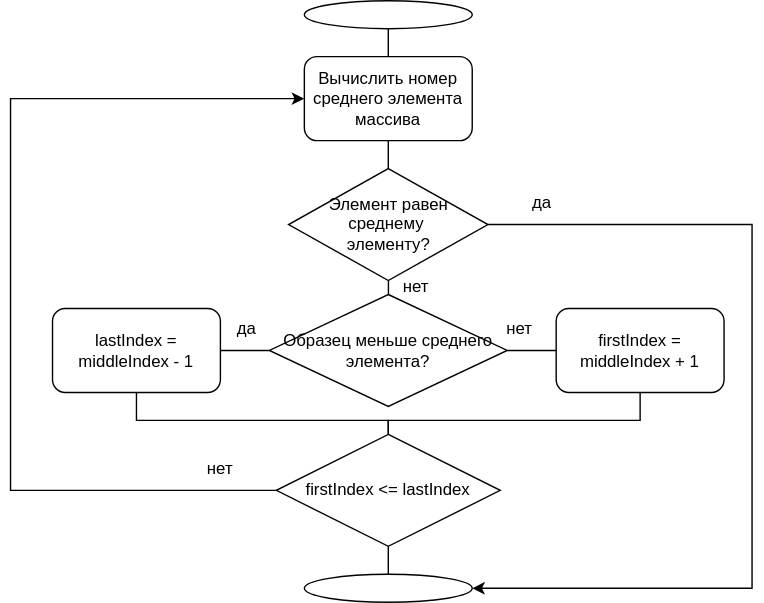
This is src/Diagrams/task1.svg from 044asher/Algorithms, a draw.io export, as it was before one commit. Source tidied: cells renumbered, new cells last; positions are measured from the earlier drawing's top-left corner, leaving out a move shared by most shapes. Its diagram source:
```xml
<mxGraphModel>
  <root>
    <mxCell id="0" />
    <mxCell id="1" parent="0" />
    <mxCell id="2" style="edgeStyle=orthogonalEdgeStyle;rounded=0;jettySize=auto;html=1;endArrow=none;endFill=0;" parent="1" edge="1" source="3" target="7">
      <mxGeometry relative="1" as="geometry">
        <Array as="points">
          <mxPoint x="270" y="30" />
          <mxPoint x="270" y="30" />
        </Array>
      </mxGeometry>
    </mxCell>
    <mxCell id="3" style="ellipse;whiteSpace=wrap;html=1;rounded=1;" parent="1" vertex="1">
      <mxGeometry x="210" width="120" height="20" as="geometry" />
    </mxCell>
    <mxCell id="4" style="edgeStyle=orthogonalEdgeStyle;rounded=0;jettySize=auto;html=1;endArrow=none;endFill=0;" parent="1" edge="1" source="5" target="19">
      <mxGeometry relative="1" as="geometry" />
    </mxCell>
    <mxCell id="5" style="ellipse;whiteSpace=wrap;html=1;rounded=1;" parent="1" vertex="1">
      <mxGeometry x="210" y="410" width="120" height="20" as="geometry" />
    </mxCell>
    <mxCell id="6" style="edgeStyle=orthogonalEdgeStyle;rounded=0;jettySize=auto;html=1;endArrow=none;endFill=0;" parent="1" edge="1" source="7" target="10">
      <mxGeometry relative="1" as="geometry" />
    </mxCell>
    <mxCell id="7" value="Вычислить номер среднего элемента массива" style="rounded=1;whiteSpace=wrap;html=1;" parent="1" vertex="1">
      <mxGeometry x="210" y="40" width="120" height="60" as="geometry" />
    </mxCell>
    <mxCell id="8" style="edgeStyle=orthogonalEdgeStyle;rounded=0;jettySize=auto;html=1;endArrow=none;endFill=0;" parent="1" edge="1" source="10" target="11">
      <mxGeometry relative="1" as="geometry" />
    </mxCell>
    <mxCell id="9" style="edgeStyle=orthogonalEdgeStyle;rounded=0;jettySize=auto;html=1;entryX=1;entryY=0.5;entryDx=0;entryDy=0;startArrow=none;startFill=0;endArrow=classic;endFill=1;" parent="1" edge="1" source="10" target="5">
      <mxGeometry relative="1" as="geometry">
        <Array as="points">
          <mxPoint x="530" y="160" />
          <mxPoint x="530" y="420" />
        </Array>
      </mxGeometry>
    </mxCell>
    <mxCell id="10" value="Элемент равен среднему&amp;nbsp;&lt;br&gt;элементу?" style="rhombus;whiteSpace=wrap;html=1;rounded=0;" parent="1" vertex="1">
      <mxGeometry x="198.8" y="120" width="142.5" height="80" as="geometry" />
    </mxCell>
    <mxCell id="11" value="Образец меньше среднего &lt;br&gt;элемента?" style="rhombus;whiteSpace=wrap;html=1;rounded=0;verticalAlign=middle;" parent="1" vertex="1">
      <mxGeometry x="185" y="210" width="170" height="80" as="geometry" />
    </mxCell>
    <mxCell id="12" style="edgeStyle=orthogonalEdgeStyle;rounded=0;jettySize=auto;html=1;endArrow=none;endFill=0;" parent="1" edge="1" source="14" target="11">
      <mxGeometry relative="1" as="geometry" />
    </mxCell>
    <mxCell id="13" style="edgeStyle=orthogonalEdgeStyle;rounded=0;jettySize=auto;html=1;entryX=0.5;entryY=0;entryDx=0;entryDy=0;startArrow=none;startFill=0;endArrow=none;endFill=0;" parent="1" edge="1" source="14" target="19">
      <mxGeometry relative="1" as="geometry">
        <Array as="points">
          <mxPoint x="450" y="300" />
          <mxPoint x="270" y="300" />
        </Array>
      </mxGeometry>
    </mxCell>
    <mxCell id="14" value="firstIndex = middleIndex + 1" style="rounded=1;whiteSpace=wrap;html=1;" parent="1" vertex="1">
      <mxGeometry x="390" y="220" width="120" height="60" as="geometry" />
    </mxCell>
    <mxCell id="15" style="edgeStyle=orthogonalEdgeStyle;rounded=0;jettySize=auto;html=1;endArrow=none;endFill=0;" parent="1" edge="1" source="17" target="11">
      <mxGeometry relative="1" as="geometry" />
    </mxCell>
    <mxCell id="16" style="edgeStyle=orthogonalEdgeStyle;rounded=0;jettySize=auto;html=1;entryX=0.5;entryY=0;entryDx=0;entryDy=0;startArrow=none;startFill=0;endArrow=none;endFill=0;" parent="1" edge="1" source="17" target="19">
      <mxGeometry relative="1" as="geometry">
        <Array as="points">
          <mxPoint x="90" y="300" />
          <mxPoint x="270" y="300" />
        </Array>
      </mxGeometry>
    </mxCell>
    <mxCell id="17" value="lastIndex = middleIndex - 1" style="rounded=1;whiteSpace=wrap;html=1;" parent="1" vertex="1">
      <mxGeometry x="30" y="220" width="120" height="60" as="geometry" />
    </mxCell>
    <mxCell id="18" style="edgeStyle=orthogonalEdgeStyle;rounded=0;jettySize=auto;html=1;entryX=0;entryY=0.5;entryDx=0;entryDy=0;endArrow=classic;endFill=1;startArrow=none;startFill=0;exitX=0;exitY=0.5;exitDx=0;exitDy=0;" parent="1" edge="1" source="19" target="7">
      <mxGeometry relative="1" as="geometry">
        <Array as="points">
          <mxPoint y="350" />
          <mxPoint y="70" />
        </Array>
      </mxGeometry>
    </mxCell>
    <mxCell id="19" value="firstIndex &amp;lt;= lastIndex" style="rhombus;whiteSpace=wrap;html=1;rounded=0;" parent="1" vertex="1">
      <mxGeometry x="190" y="310" width="160" height="80" as="geometry" />
    </mxCell>
    <mxCell id="20" value="нет" style="text;html=1;strokeColor=none;fillColor=none;align=center;verticalAlign=middle;whiteSpace=wrap;rounded=0;" parent="1" vertex="1">
      <mxGeometry x="120" y="320" width="60" height="30" as="geometry" />
    </mxCell>
    <mxCell id="21" value="да" style="text;html=1;strokeColor=none;fillColor=none;align=center;verticalAlign=middle;whiteSpace=wrap;rounded=0;" parent="1" vertex="1">
      <mxGeometry x="350" y="130" width="60" height="30" as="geometry" />
    </mxCell>
    <mxCell id="22" value="нет" style="text;html=1;strokeColor=none;fillColor=none;align=center;verticalAlign=middle;whiteSpace=wrap;rounded=0;" parent="1" vertex="1">
      <mxGeometry x="260" y="190" width="60" height="30" as="geometry" />
    </mxCell>
    <mxCell id="23" value="нет" style="text;html=1;strokeColor=none;fillColor=none;align=center;verticalAlign=middle;whiteSpace=wrap;rounded=0;" parent="1" vertex="1">
      <mxGeometry x="334" y="220" width="60" height="30" as="geometry" />
    </mxCell>
    <mxCell id="24" value="да" style="text;html=1;strokeColor=none;fillColor=none;align=center;verticalAlign=middle;whiteSpace=wrap;rounded=0;" parent="1" vertex="1">
      <mxGeometry x="138.8" y="220" width="60" height="30" as="geometry" />
    </mxCell>
  </root>
</mxGraphModel>
```
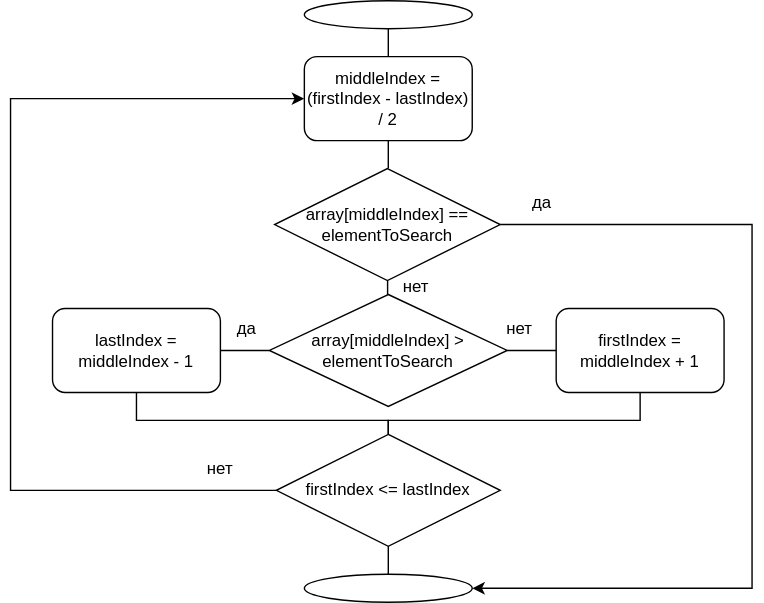
The same diagram one commit later.

Change to the diagram source:
```diff
@@ -22,7 +22,7 @@
     <mxCell id="6" style="edgeStyle=orthogonalEdgeStyle;rounded=0;jettySize=auto;html=1;endArrow=none;endFill=0;" parent="1" edge="1" source="7" target="10">
       <mxGeometry relative="1" as="geometry" />
     </mxCell>
-    <mxCell id="7" value="Вычислить номер среднего элемента массива" style="rounded=1;whiteSpace=wrap;html=1;" parent="1" vertex="1">
+    <mxCell id="7" value="middleIndex = (firstIndex - lastIndex) / 2" style="rounded=1;whiteSpace=wrap;html=1;" parent="1" vertex="1">
       <mxGeometry x="210" y="40" width="120" height="60" as="geometry" />
     </mxCell>
     <mxCell id="8" style="edgeStyle=orthogonalEdgeStyle;rounded=0;jettySize=auto;html=1;endArrow=none;endFill=0;" parent="1" edge="1" source="10" target="11">
@@ -36,10 +36,10 @@
         </Array>
       </mxGeometry>
     </mxCell>
-    <mxCell id="10" value="Элемент равен среднему&amp;nbsp;&lt;br&gt;элементу?" style="rhombus;whiteSpace=wrap;html=1;rounded=0;" parent="1" vertex="1">
-      <mxGeometry x="198.8" y="120" width="142.5" height="80" as="geometry" />
+    <mxCell id="10" value="array[middleIndex] == elementToSearch" style="rhombus;whiteSpace=wrap;html=1;rounded=0;" parent="1" vertex="1">
+      <mxGeometry x="188.8" y="120" width="161.2" height="80" as="geometry" />
     </mxCell>
-    <mxCell id="11" value="Образец меньше среднего &lt;br&gt;элемента?" style="rhombus;whiteSpace=wrap;html=1;rounded=0;verticalAlign=middle;" parent="1" vertex="1">
+    <mxCell id="11" value="array[middleIndex] &amp;gt; elementToSearch" style="rhombus;whiteSpace=wrap;html=1;rounded=0;verticalAlign=middle;" parent="1" vertex="1">
       <mxGeometry x="185" y="210" width="170" height="80" as="geometry" />
     </mxCell>
     <mxCell id="12" style="edgeStyle=orthogonalEdgeStyle;rounded=0;jettySize=auto;html=1;endArrow=none;endFill=0;" parent="1" edge="1" source="14" target="11">
```
